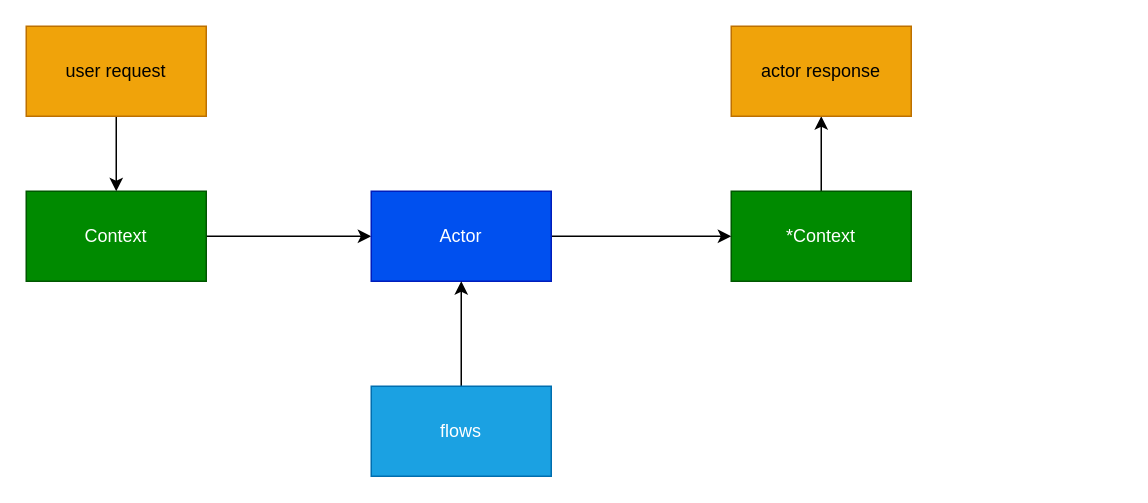
The draw.io diagram draw.io/2_context.dio in deeppavlov/chatsky, before the edit. Source tidied: cells renumbered, new cells numbered last; positions are measured from the earlier drawing's top-left corner, leaving out a move shared by most shapes. Both pictures are drawn from the tidied source at 150%, with x=0, y=0 at pixel (26, 26).
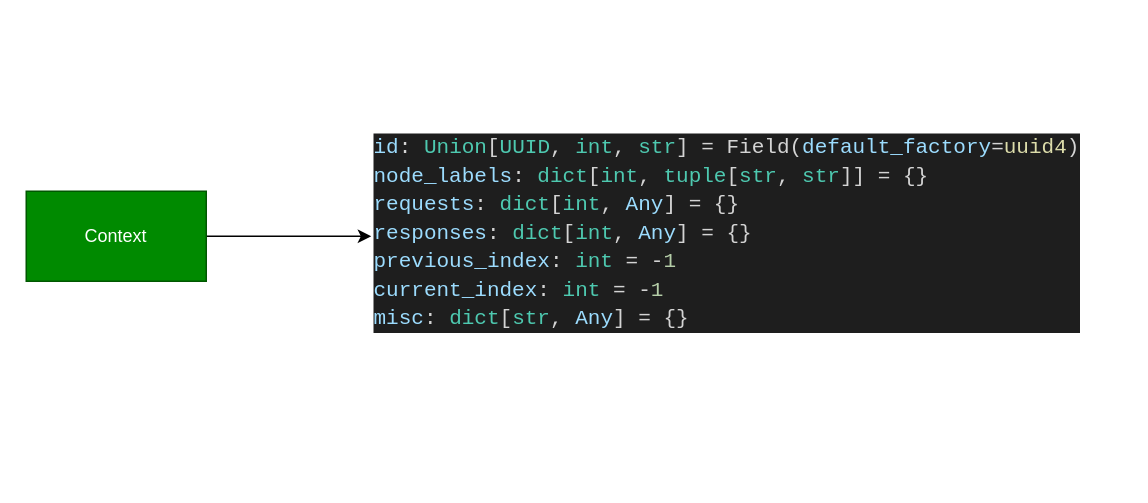
The same page after the edit.

Commit message:
dev: upd draw.io

Change to the diagram source:
```diff
@@
 <mxGraphModel>
   <root>
     <mxCell id="0" />
     <mxCell id="1" parent="0" />
-    <mxCell id="2" style="edgeStyle=orthogonalEdgeStyle;rounded=0;jettySize=auto;html=1;" parent="1" edge="1" source="3" target="7">
-      <mxGeometry relative="1" as="geometry" />
+    <mxCell id="2" style="edgeStyle=orthogonalEdgeStyle;rounded=0;jettySize=auto;html=1;" parent="1" edge="1" source="3">
+      <mxGeometry relative="1" as="geometry">
+        <mxPoint x="230" y="140" as="targetPoint" />
+      </mxGeometry>
     </mxCell>
     <mxCell id="3" value="Context" style="rounded=0;whiteSpace=wrap;html=1;fillColor=#008a00;strokeColor=#005700;fontColor=#ffffff;" parent="1" vertex="1">
       <mxGeometry y="110" width="120" height="60" as="geometry" />
     </mxCell>
-    <mxCell id="4" style="edgeStyle=orthogonalEdgeStyle;rounded=0;jettySize=auto;html=1;" parent="1" edge="1" source="5" target="12">
-      <mxGeometry relative="1" as="geometry" />
+    <mxCell id="4" style="edgeStyle=orthogonalEdgeStyle;rounded=0;orthogonalLoop=1;jettySize=auto;html=1;" parent="1" edge="1">
+      <mxGeometry relative="1" as="geometry">
+        <mxPoint x="530" y="110" as="sourcePoint" />
+      </mxGeometry>
     </mxCell>
-    <mxCell id="5" value="*Context" style="rounded=0;whiteSpace=wrap;html=1;fillColor=#008a00;strokeColor=#005700;fontColor=#ffffff;" parent="1" vertex="1">
-      <mxGeometry x="470" y="110" width="120" height="60" as="geometry" />
-    </mxCell>
-    <mxCell id="6" style="edgeStyle=orthogonalEdgeStyle;rounded=0;jettySize=auto;html=1;" parent="1" edge="1" source="7" target="5">
-      <mxGeometry relative="1" as="geometry" />
+    <mxCell id="6" style="edgeStyle=orthogonalEdgeStyle;rounded=0;orthogonalLoop=1;jettySize=auto;html=1;" parent="1" edge="1">
+      <mxGeometry relative="1" as="geometry">
+        <mxPoint x="350" y="140" as="sourcePoint" />
+      </mxGeometry>
     </mxCell>
-    <mxCell id="7" value="Actor" style="rounded=0;whiteSpace=wrap;html=1;fillColor=#0050ef;strokeColor=#001DBC;fontColor=#ffffff;" parent="1" vertex="1">
-      <mxGeometry x="230" y="110" width="120" height="60" as="geometry" />
-    </mxCell>
-    <mxCell id="8" style="edgeStyle=orthogonalEdgeStyle;rounded=0;jettySize=auto;html=1;" parent="1" edge="1" source="9" target="7">
-      <mxGeometry relative="1" as="geometry" />
+    <mxCell id="8" style="edgeStyle=orthogonalEdgeStyle;rounded=0;orthogonalLoop=1;jettySize=auto;html=1;" parent="1" edge="1">
+      <mxGeometry relative="1" as="geometry">
+        <mxPoint x="290" y="170" as="targetPoint" />
+      </mxGeometry>
     </mxCell>
-    <mxCell id="9" value="flows" style="rounded=0;whiteSpace=wrap;html=1;fillColor=#1ba1e2;strokeColor=#006EAF;fontColor=#ffffff;" parent="1" vertex="1">
-      <mxGeometry x="230" y="240" width="120" height="60" as="geometry" />
-    </mxCell>
-    <mxCell id="10" style="edgeStyle=orthogonalEdgeStyle;rounded=0;jettySize=auto;html=1;" parent="1" edge="1" source="11" target="3">
-      <mxGeometry relative="1" as="geometry" />
-    </mxCell>
-    <mxCell id="11" value="user request" style="rounded=0;whiteSpace=wrap;html=1;fillColor=#f0a30a;strokeColor=#BD7000;fontColor=#000000;" parent="1" vertex="1">
-      <mxGeometry width="120" height="60" as="geometry" />
-    </mxCell>
-    <mxCell id="12" value="actor response" style="rounded=0;whiteSpace=wrap;html=1;fillColor=#f0a30a;strokeColor=#BD7000;fontColor=#000000;" parent="1" vertex="1">
-      <mxGeometry x="470" width="120" height="60" as="geometry" />
-    </mxCell>
+    <mxCell id="13" value="&lt;div style=&quot;color: rgb(212, 212, 212); background-color: rgb(30, 30, 30); font-family: &amp;quot;droid sans mono&amp;quot;, monospace, monospace, &amp;quot;droid sans fallback&amp;quot;; font-weight: normal; font-size: 14px; line-height: 19px;&quot;&gt;&lt;div&gt;&lt;span style=&quot;color: #d4d4d4&quot;&gt;    &lt;/span&gt;&lt;span style=&quot;color: #9cdcfe&quot;&gt;id&lt;/span&gt;&lt;span style=&quot;color: #d4d4d4&quot;&gt;: &lt;/span&gt;&lt;span style=&quot;color: #4ec9b0&quot;&gt;Union&lt;/span&gt;&lt;span style=&quot;color: #d4d4d4&quot;&gt;[&lt;/span&gt;&lt;span style=&quot;color: #4ec9b0&quot;&gt;UUID&lt;/span&gt;&lt;span style=&quot;color: #d4d4d4&quot;&gt;, &lt;/span&gt;&lt;span style=&quot;color: #4ec9b0&quot;&gt;int&lt;/span&gt;&lt;span style=&quot;color: #d4d4d4&quot;&gt;, &lt;/span&gt;&lt;span style=&quot;color: #4ec9b0&quot;&gt;str&lt;/span&gt;&lt;span style=&quot;color: #d4d4d4&quot;&gt;] = Field(&lt;/span&gt;&lt;span style=&quot;color: #9cdcfe&quot;&gt;default_factory&lt;/span&gt;&lt;span style=&quot;color: #d4d4d4&quot;&gt;=&lt;/span&gt;&lt;span style=&quot;color: #dcdcaa&quot;&gt;uuid4&lt;/span&gt;&lt;span style=&quot;color: #d4d4d4&quot;&gt;)&lt;/span&gt;&lt;/div&gt;&lt;div&gt;&lt;span style=&quot;color: #d4d4d4&quot;&gt;    &lt;/span&gt;&lt;span style=&quot;color: #9cdcfe&quot;&gt;node_labels&lt;/span&gt;&lt;span style=&quot;color: #d4d4d4&quot;&gt;: &lt;/span&gt;&lt;span style=&quot;color: #4ec9b0&quot;&gt;dict&lt;/span&gt;&lt;span style=&quot;color: #d4d4d4&quot;&gt;[&lt;/span&gt;&lt;span style=&quot;color: #4ec9b0&quot;&gt;int&lt;/span&gt;&lt;span style=&quot;color: #d4d4d4&quot;&gt;, &lt;/span&gt;&lt;span style=&quot;color: #4ec9b0&quot;&gt;tuple&lt;/span&gt;&lt;span style=&quot;color: #d4d4d4&quot;&gt;[&lt;/span&gt;&lt;span style=&quot;color: #4ec9b0&quot;&gt;str&lt;/span&gt;&lt;span style=&quot;color: #d4d4d4&quot;&gt;, &lt;/span&gt;&lt;span style=&quot;color: #4ec9b0&quot;&gt;str&lt;/span&gt;&lt;span style=&quot;color: #d4d4d4&quot;&gt;]] = {}&lt;/span&gt;&lt;/div&gt;&lt;div&gt;&lt;span style=&quot;color: #d4d4d4&quot;&gt;    &lt;/span&gt;&lt;span style=&quot;color: #9cdcfe&quot;&gt;requests&lt;/span&gt;&lt;span style=&quot;color: #d4d4d4&quot;&gt;: &lt;/span&gt;&lt;span style=&quot;color: #4ec9b0&quot;&gt;dict&lt;/span&gt;&lt;span style=&quot;color: #d4d4d4&quot;&gt;[&lt;/span&gt;&lt;span style=&quot;color: #4ec9b0&quot;&gt;int&lt;/span&gt;&lt;span style=&quot;color: #d4d4d4&quot;&gt;, &lt;/span&gt;&lt;span style=&quot;color: #9cdcfe&quot;&gt;Any&lt;/span&gt;&lt;span style=&quot;color: #d4d4d4&quot;&gt;] = {}&lt;/span&gt;&lt;/div&gt;&lt;div&gt;&lt;span style=&quot;color: #d4d4d4&quot;&gt;    &lt;/span&gt;&lt;span style=&quot;color: #9cdcfe&quot;&gt;responses&lt;/span&gt;&lt;span style=&quot;color: #d4d4d4&quot;&gt;: &lt;/span&gt;&lt;span style=&quot;color: #4ec9b0&quot;&gt;dict&lt;/span&gt;&lt;span style=&quot;color: #d4d4d4&quot;&gt;[&lt;/span&gt;&lt;span style=&quot;color: #4ec9b0&quot;&gt;int&lt;/span&gt;&lt;span style=&quot;color: #d4d4d4&quot;&gt;, &lt;/span&gt;&lt;span style=&quot;color: #9cdcfe&quot;&gt;Any&lt;/span&gt;&lt;span style=&quot;color: #d4d4d4&quot;&gt;] = {}&lt;/span&gt;&lt;/div&gt;&lt;div&gt;&lt;span style=&quot;color: #d4d4d4&quot;&gt;    &lt;/span&gt;&lt;span style=&quot;color: #9cdcfe&quot;&gt;previous_index&lt;/span&gt;&lt;span style=&quot;color: #d4d4d4&quot;&gt;: &lt;/span&gt;&lt;span style=&quot;color: #4ec9b0&quot;&gt;int&lt;/span&gt;&lt;span style=&quot;color: #d4d4d4&quot;&gt; = -&lt;/span&gt;&lt;span style=&quot;color: #b5cea8&quot;&gt;1&lt;/span&gt;&lt;/div&gt;&lt;div&gt;&lt;span style=&quot;color: #d4d4d4&quot;&gt;    &lt;/span&gt;&lt;span style=&quot;color: #9cdcfe&quot;&gt;current_index&lt;/span&gt;&lt;span style=&quot;color: #d4d4d4&quot;&gt;: &lt;/span&gt;&lt;span style=&quot;color: #4ec9b0&quot;&gt;int&lt;/span&gt;&lt;span style=&quot;color: #d4d4d4&quot;&gt; = -&lt;/span&gt;&lt;span style=&quot;color: #b5cea8&quot;&gt;1&lt;/span&gt;&lt;/div&gt;&lt;div&gt;&lt;span style=&quot;color: #d4d4d4&quot;&gt;    &lt;/span&gt;&lt;span style=&quot;color: #9cdcfe&quot;&gt;misc&lt;/span&gt;&lt;span style=&quot;color: #d4d4d4&quot;&gt;: &lt;/span&gt;&lt;span style=&quot;color: #4ec9b0&quot;&gt;dict&lt;/span&gt;&lt;span style=&quot;color: #d4d4d4&quot;&gt;[&lt;/span&gt;&lt;span style=&quot;color: #4ec9b0&quot;&gt;str&lt;/span&gt;&lt;span style=&quot;color: #d4d4d4&quot;&gt;, &lt;/span&gt;&lt;span style=&quot;color: #9cdcfe&quot;&gt;Any&lt;/span&gt;&lt;span style=&quot;color: #d4d4d4&quot;&gt;] = {}&lt;/span&gt;&lt;/div&gt;&lt;/div&gt;" style="text;whiteSpace=wrap;html=1;" parent="1" vertex="1">
+      <mxGeometry x="230" y="65" width="500" height="150" as="geometry" />
+    </mxCell>
   </root>
 </mxGraphModel>
```
